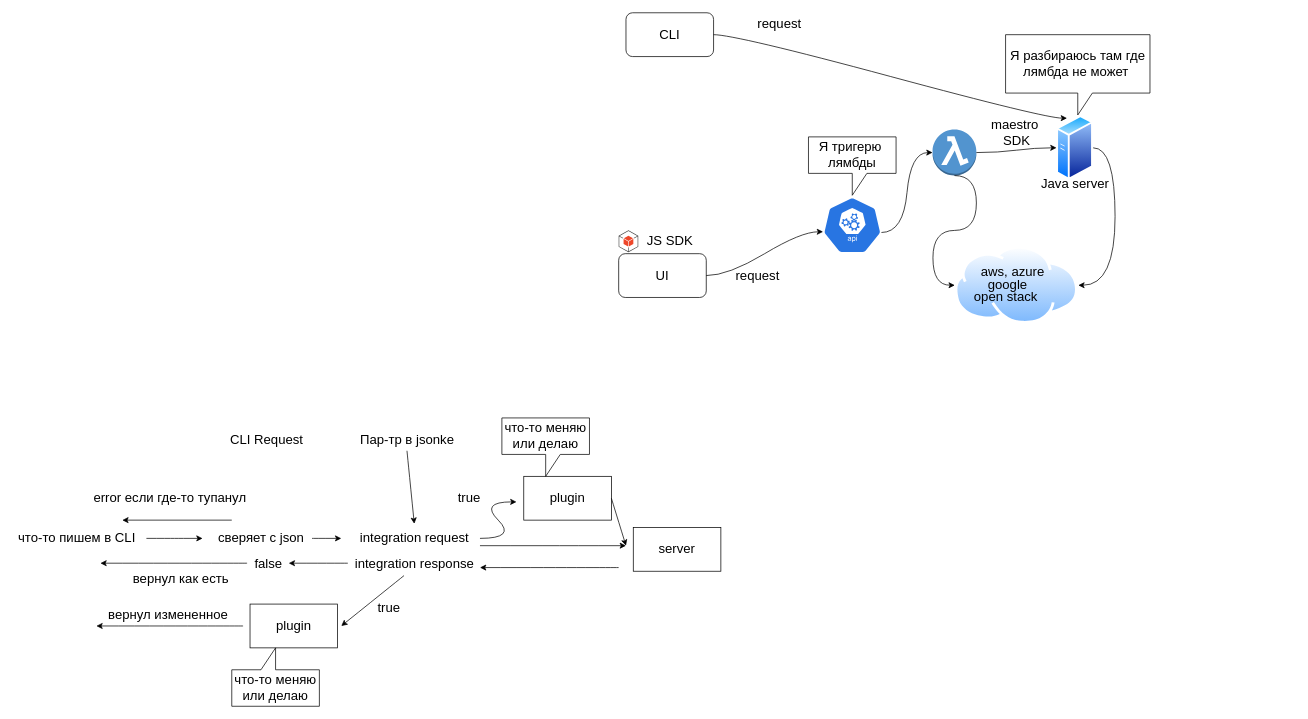
The draw.io diagram Untitled Diagram.drawio in Akirinoshi/flaskProject, before the edit. Source tidied: cells renumbered, new cells numbered last; positions are measured from the earlier drawing's top-left corner, leaving out a move shared by most shapes. Both pictures are drawn from the tidied source at 73%, with x=0, y=0 at pixel (12, 12).
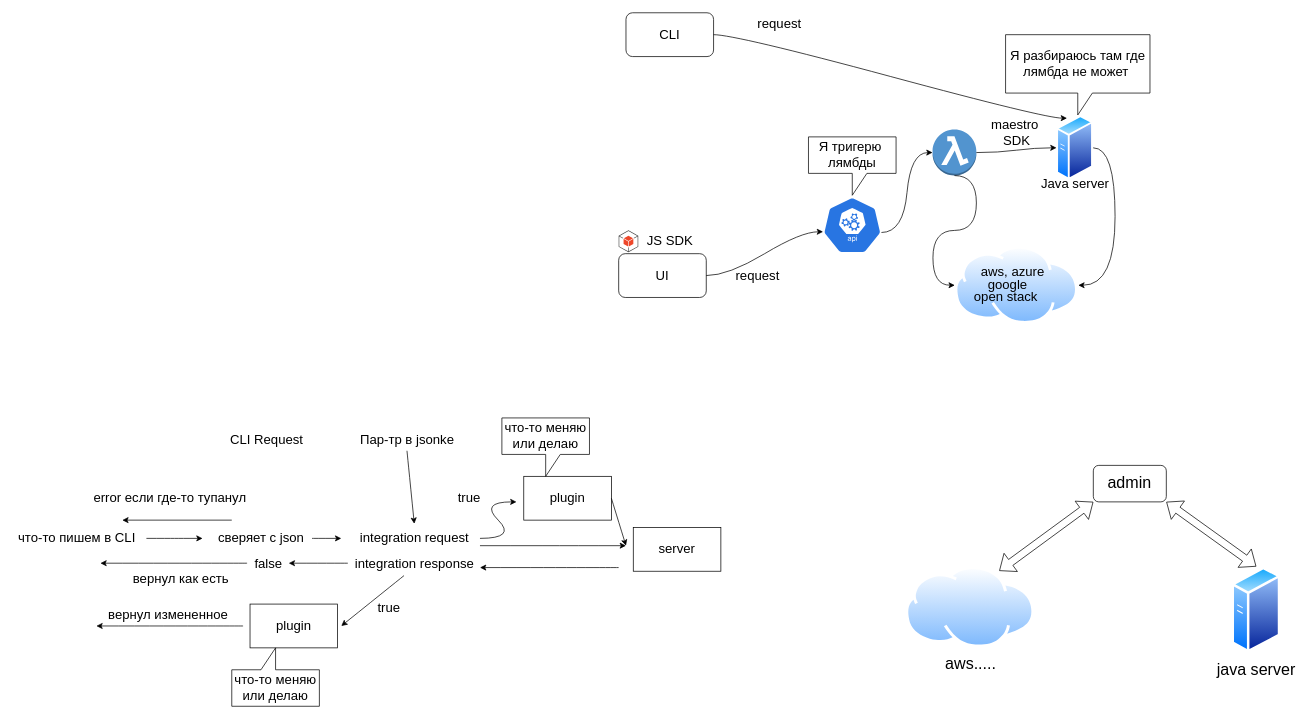
The same diagram, later.

Change to the diagram source:
```diff
@@
+    <mxCell id="54" value="admin" style="rounded=1;whiteSpace=wrap;html=1;fontSize=22;" parent="1" vertex="1">
+      <mxGeometry x="1480.2" y="620" width="100" height="50" as="geometry" />
+    </mxCell>
+    <mxCell id="55" value="aws....." style="perimeter=ellipsePerimeter;html=1;align=center;shadow=0;dashed=0;spacingTop=3;image;image=img/lib/active_directory/internet_cloud.svg;fontSize=22;" parent="1" vertex="1">
+      <mxGeometry x="1223" y="758.5" width="177" height="111.5" as="geometry" />
+    </mxCell>
+    <mxCell id="56" style="shape=flexArrow;endArrow=classic;startArrow=classic;html=1;rounded=0;fontSize=22;entryX=0;entryY=1;entryDx=0;entryDy=0;exitX=0.75;exitY=0;exitDx=0;exitDy=0;" parent="1" edge="1" source="55" target="54">
+      <mxGeometry relative="1" as="geometry" />
+    </mxCell>
+    <mxCell id="57" value="java server" style="perimeter=ellipsePerimeter;html=1;align=center;shadow=0;dashed=0;spacingTop=3;image;image=img/lib/active_directory/generic_server.svg;fontSize=22;" parent="1" vertex="1">
+      <mxGeometry x="1670" y="758.5" width="66.8" height="119.2" as="geometry" />
+    </mxCell>
+    <mxCell id="58" style="shape=flexArrow;endArrow=classic;startArrow=classic;html=1;rounded=0;fontSize=22;entryX=1;entryY=1;entryDx=0;entryDy=0;exitX=0.5;exitY=0;exitDx=0;exitDy=0;" parent="1" edge="1" source="57" target="54">
+      <mxGeometry relative="1" as="geometry" />
+    </mxCell>
```
